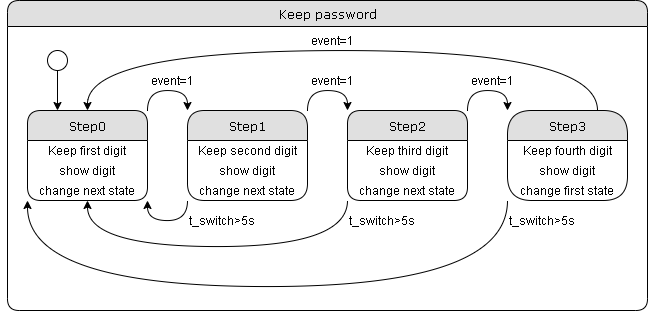
Immaczx/Safe_Loock_FREERTOS keeps this draw.io diagram as Keep_password.png. Above is the earlier version. Source tidied: cells renumbered, new cells last; positions are measured from the earlier drawing's top-left corner, leaving out a move shared by most shapes.
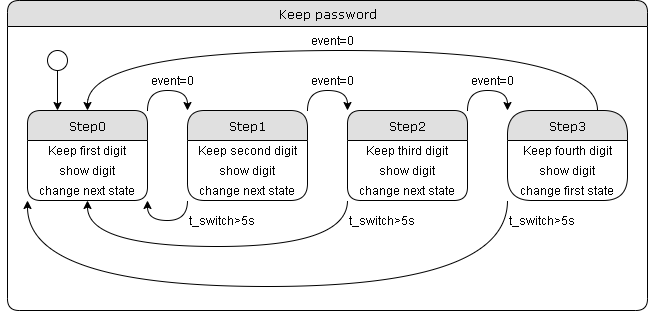
The same file after the commit.

Diff of the diagram source:
```diff
@@ -116,16 +116,16 @@
     <mxCell id="31" value="change next state" style="text;html=1;strokeColor=none;fillColor=none;align=center;verticalAlign=middle;whiteSpace=wrap;rounded=0;" parent="28" vertex="1">
       <mxGeometry y="70" width="120" height="20" as="geometry" />
     </mxCell>
-    <mxCell id="32" value="event=1" style="text;html=1;strokeColor=none;fillColor=none;align=center;verticalAlign=middle;whiteSpace=wrap;rounded=0;" parent="1" vertex="1">
+    <mxCell id="32" value="event=0" style="text;html=1;strokeColor=none;fillColor=none;align=center;verticalAlign=middle;whiteSpace=wrap;rounded=0;" parent="1" vertex="1">
       <mxGeometry x="130" y="70" width="70" height="20" as="geometry" />
     </mxCell>
-    <mxCell id="33" value="event=1" style="text;html=1;strokeColor=none;fillColor=none;align=center;verticalAlign=middle;whiteSpace=wrap;rounded=0;" parent="1" vertex="1">
+    <mxCell id="33" value="event=0" style="text;html=1;strokeColor=none;fillColor=none;align=center;verticalAlign=middle;whiteSpace=wrap;rounded=0;" parent="1" vertex="1">
       <mxGeometry x="290" y="70" width="70" height="20" as="geometry" />
     </mxCell>
-    <mxCell id="34" value="event=1" style="text;html=1;strokeColor=none;fillColor=none;align=center;verticalAlign=middle;whiteSpace=wrap;rounded=0;" parent="1" vertex="1">
+    <mxCell id="34" value="event=0" style="text;html=1;strokeColor=none;fillColor=none;align=center;verticalAlign=middle;whiteSpace=wrap;rounded=0;" parent="1" vertex="1">
       <mxGeometry x="450" y="70" width="70" height="20" as="geometry" />
     </mxCell>
-    <mxCell id="35" value="event=1" style="text;html=1;strokeColor=none;fillColor=none;align=center;verticalAlign=middle;whiteSpace=wrap;rounded=0;" parent="1" vertex="1">
+    <mxCell id="35" value="event=0" style="text;html=1;strokeColor=none;fillColor=none;align=center;verticalAlign=middle;whiteSpace=wrap;rounded=0;" parent="1" vertex="1">
       <mxGeometry x="290" y="30" width="70" height="20" as="geometry" />
     </mxCell>
   </root>
```
